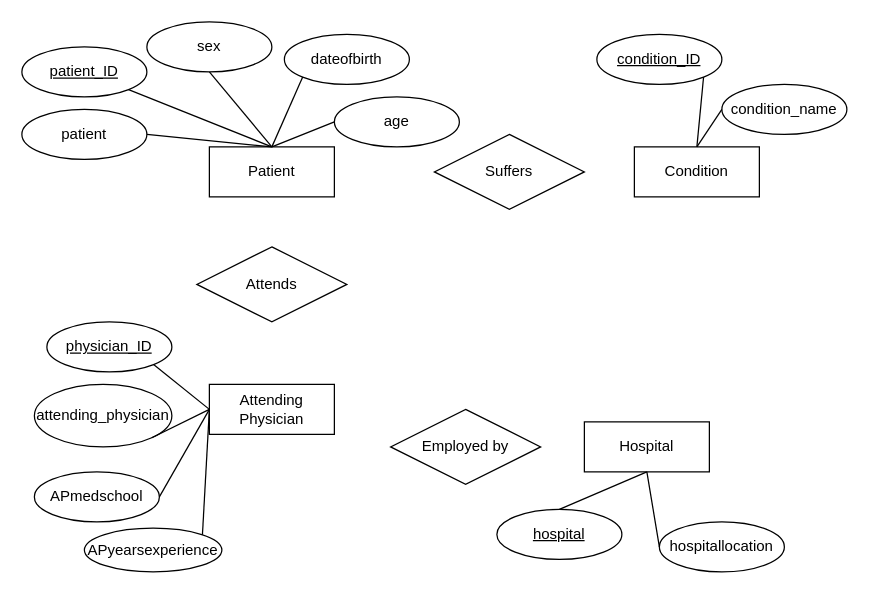
nkeeley/DS6001-Practice_and_Application_of_Data_Science keeps this draw.io diagram as Chen Diagram.drawio. Above is the earlier version. Source tidied: cells renumbered, new cells numbered last; positions are measured from the earlier drawing's top-left corner, leaving out a move shared by most shapes. Both pictures are drawn from the tidied source at 125%, with x=0, y=0 at pixel (21, 21).
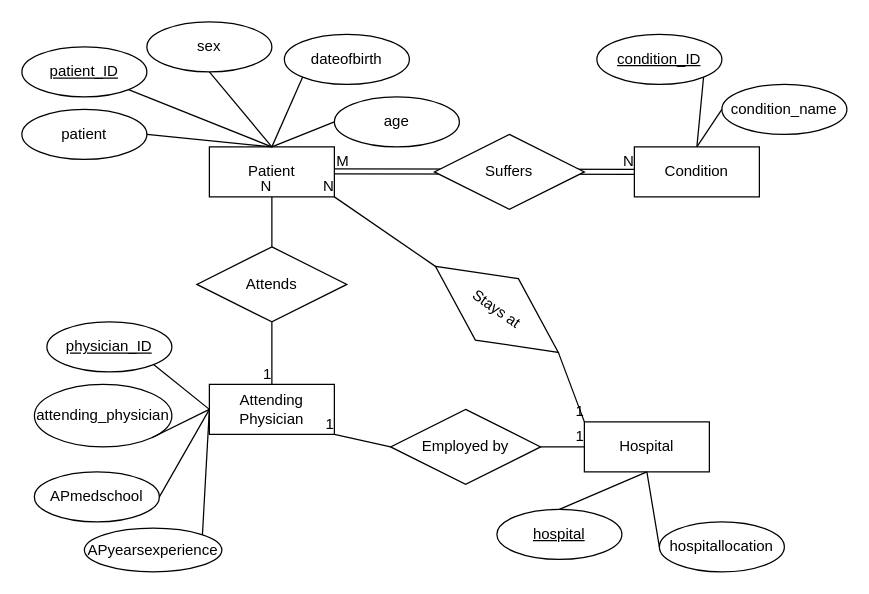
The same page after the edit.

Unchanged cells that the change refers to:
```xml
<mxCell id="2" value="Patient" style="whiteSpace=wrap;html=1;align=center;" parent="1" vertex="1">
  <mxGeometry x="150" y="100" width="100" height="40" as="geometry" />
</mxCell>
<mxCell id="13" value="Condition" style="whiteSpace=wrap;html=1;align=center;" parent="1" vertex="1">
  <mxGeometry x="490" y="100" width="100" height="40" as="geometry" />
</mxCell>
<mxCell id="19" value="Attending Physician" style="whiteSpace=wrap;html=1;align=center;" parent="1" vertex="1">
  <mxGeometry x="150" y="290" width="100" height="40" as="geometry" />
</mxCell>
<mxCell id="28" value="Attends" style="shape=rhombus;perimeter=rhombusPerimeter;whiteSpace=wrap;html=1;align=center;" parent="1" vertex="1">
  <mxGeometry x="140" y="180" width="120" height="60" as="geometry" />
</mxCell>
<mxCell id="29" value="Hospital" style="whiteSpace=wrap;html=1;align=center;" parent="1" vertex="1">
  <mxGeometry x="450" y="320" width="100" height="40" as="geometry" />
</mxCell>
<mxCell id="34" value="Employed by" style="shape=rhombus;perimeter=rhombusPerimeter;whiteSpace=wrap;html=1;align=center;" parent="1" vertex="1">
  <mxGeometry x="295" y="310" width="120" height="60" as="geometry" />
</mxCell>
```

What changed in the source:
```diff
@@
-    <mxCell id="18" value="Suffers" style="shape=rhombus;perimeter=rhombusPerimeter;whiteSpace=wrap;html=1;align=center;" parent="1" vertex="1">
-      <mxGeometry x="330" y="90" width="120" height="60" as="geometry" />
-    </mxCell>
@@
+    <mxCell id="35" style="shape=link;html=1;rounded=0;entryX=0;entryY=0.5;entryDx=0;entryDy=0;" parent="1" edge="1" target="13">
+      <mxGeometry relative="1" as="geometry">
+        <mxPoint x="250" y="119.5" as="sourcePoint" />
+      </mxGeometry>
+    </mxCell>
+    <mxCell id="36" value="M" style="html=1;align=left;verticalAlign=bottom;" parent="35" vertex="1">
+      <mxGeometry x="-1" relative="1" as="geometry" />
+    </mxCell>
+    <mxCell id="37" value="N" style="html=1;align=right;verticalAlign=bottom;" parent="35" vertex="1">
+      <mxGeometry x="1" relative="1" as="geometry" />
+    </mxCell>
+    <mxCell id="18" value="Suffers" style="shape=rhombus;perimeter=rhombusPerimeter;whiteSpace=wrap;html=1;align=center;" parent="1" vertex="1">
+      <mxGeometry x="330" y="90" width="120" height="60" as="geometry" />
+    </mxCell>
+    <mxCell id="38" style="endArrow=none;html=1;rounded=0;exitX=0.5;exitY=1;exitDx=0;exitDy=0;entryX=0.5;entryY=0;entryDx=0;entryDy=0;" parent="1" edge="1" source="28" target="19">
+      <mxGeometry relative="1" as="geometry" />
+    </mxCell>
+    <mxCell id="39" value="1" style="html=1;align=right;verticalAlign=bottom;" parent="38" vertex="1">
+      <mxGeometry x="1" relative="1" as="geometry" />
+    </mxCell>
+    <mxCell id="40" style="endArrow=none;html=1;rounded=0;entryX=0.5;entryY=1;entryDx=0;entryDy=0;" parent="1" edge="1" target="2">
+      <mxGeometry relative="1" as="geometry">
+        <mxPoint x="200" y="180" as="sourcePoint" />
+      </mxGeometry>
+    </mxCell>
+    <mxCell id="41" value="N" style="html=1;align=right;verticalAlign=bottom;" parent="40" vertex="1">
+      <mxGeometry x="1" relative="1" as="geometry" />
+    </mxCell>
+    <mxCell id="42" style="endArrow=none;html=1;rounded=0;entryX=0;entryY=0.5;entryDx=0;entryDy=0;exitX=1;exitY=0.5;exitDx=0;exitDy=0;" parent="1" edge="1" source="34" target="29">
+      <mxGeometry relative="1" as="geometry" />
+    </mxCell>
+    <mxCell id="43" value="1" style="html=1;align=right;verticalAlign=bottom;" parent="42" vertex="1">
+      <mxGeometry x="1" relative="1" as="geometry" />
+    </mxCell>
+    <mxCell id="44" style="endArrow=none;html=1;rounded=0;exitX=0;exitY=0.5;exitDx=0;exitDy=0;" parent="1" edge="1" source="34">
+      <mxGeometry relative="1" as="geometry">
+        <mxPoint x="250" y="330" as="targetPoint" />
+      </mxGeometry>
+    </mxCell>
+    <mxCell id="45" value="1" style="html=1;align=right;verticalAlign=bottom;" parent="44" vertex="1">
+      <mxGeometry x="1" relative="1" as="geometry" />
+    </mxCell>
+    <mxCell id="46" value="&lt;div&gt;Stays at&lt;/div&gt;" style="shape=rhombus;perimeter=rhombusPerimeter;whiteSpace=wrap;html=1;align=center;rotation=35;" parent="1" vertex="1">
+      <mxGeometry x="320" y="200" width="120" height="60" as="geometry" />
+    </mxCell>
+    <mxCell id="47" style="endArrow=none;html=1;rounded=0;entryX=0.5;entryY=1;entryDx=0;entryDy=0;exitX=0;exitY=0.5;exitDx=0;exitDy=0;" parent="1" edge="1" source="46">
+      <mxGeometry relative="1" as="geometry">
+        <mxPoint x="250" y="140" as="targetPoint" />
+      </mxGeometry>
+    </mxCell>
+    <mxCell id="48" value="N" style="html=1;align=right;verticalAlign=bottom;" parent="47" vertex="1">
+      <mxGeometry x="1" relative="1" as="geometry" />
+    </mxCell>
+    <mxCell id="49" style="endArrow=none;html=1;rounded=0;entryX=0;entryY=0;entryDx=0;entryDy=0;exitX=1;exitY=0.5;exitDx=0;exitDy=0;" parent="1" edge="1" source="46" target="29">
+      <mxGeometry relative="1" as="geometry" />
+    </mxCell>
+    <mxCell id="50" value="1" style="html=1;align=right;verticalAlign=bottom;" parent="49" vertex="1">
+      <mxGeometry x="1" relative="1" as="geometry" />
+    </mxCell>
```
